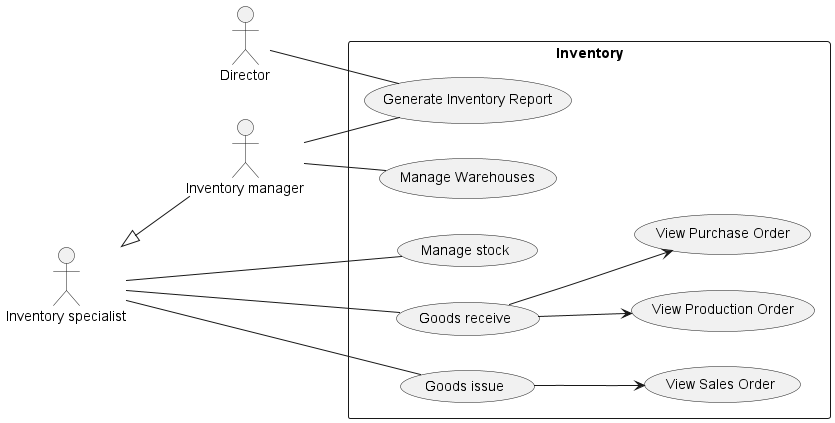
Above: use-cases/Inventory.png in phihungha/scmss-reqs (PlantUML), before the change.
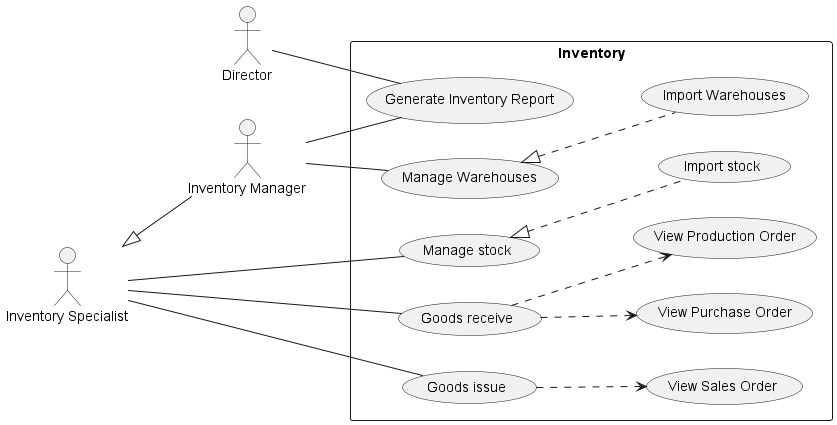
Later version of the same file.

Change to the diagram source:
```diff
@@ -1,23 +1,25 @@
-@startuml Inventory
+@startuml inventory
 left to right direction
 
 :Director: as d
 
-:Inventory manager: as im
-:Inventory specialist: as is
+:Inventory Manager: as im
+:Inventory Specialist: as is
 is <|-- im
 
 rectangle Inventory {
     is -- (Manage stock)
+    (Manage stock) <|.. (Import stock)
 
     is -- (Goods receive)
-    (Goods receive) --> (View Purchase Order)
-    (Goods receive) --> (View Production Order)
+    (Goods receive) ..> (View Purchase Order)
+    (Goods receive) ..> (View Production Order)
 
     is -- (Goods issue)
-    (Goods issue) --> (View Sales Order)
+    (Goods issue) ..> (View Sales Order)
 
     im -- (Manage Warehouses)
+    (Manage Warehouses) <|.. (Import Warehouses)
     im -- (Generate Inventory Report)
     d -- (Generate Inventory Report)
 }
```
